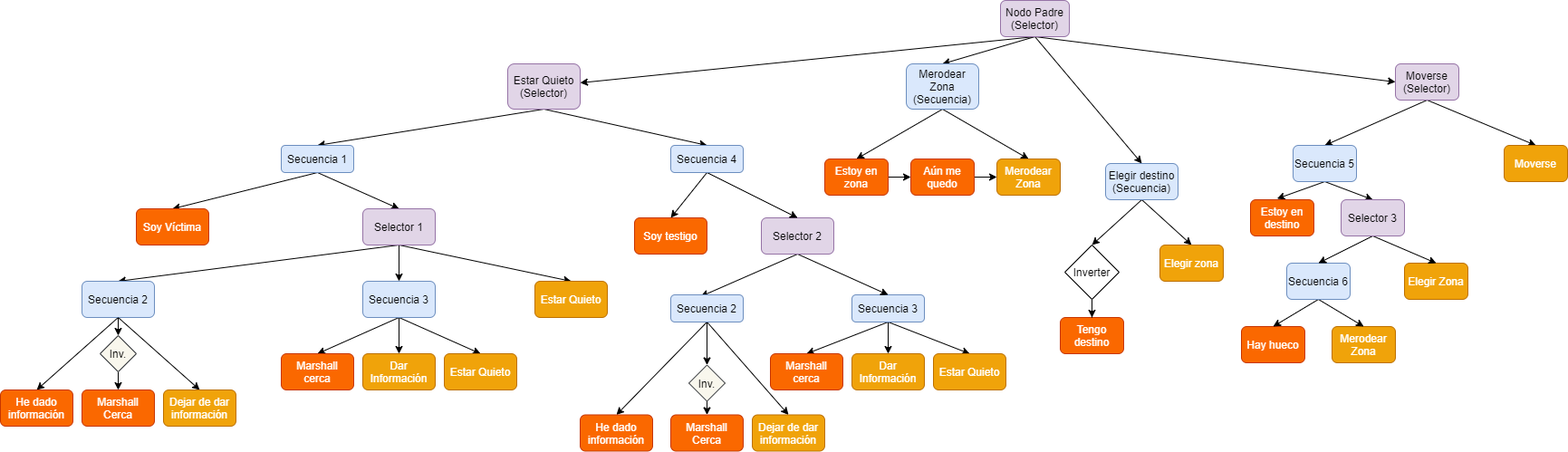
Before: Comportamiento de Personajes/Documentos/BehaviourTreeVillager.png, a diagram exported from draw.io (lightningopal/Juegos-para-Web-y-Redes-Sociales---Unity). Source tidied: cells renumbered, new cells last; positions are measured from the earlier drawing's top-left corner, leaving out a move shared by most shapes.
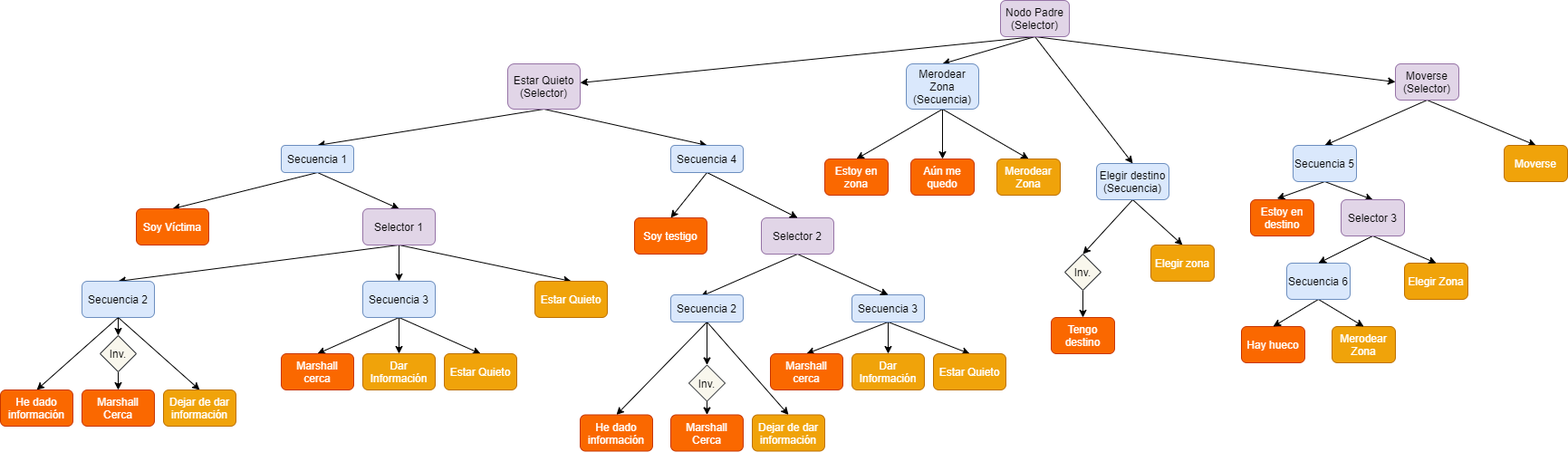
The same diagram one commit later.

Commit message:
[CDP] - Árboles de comportamientos de ladron y aldeanos actualizados

The edit, as a diff of the source:
```diff
@@ -32,6 +32,9 @@
     <mxCell id="11" style="edgeStyle=none;rounded=0;jettySize=auto;html=1;exitX=0.5;exitY=1;exitDx=0;exitDy=0;entryX=0.5;entryY=0;entryDx=0;entryDy=0;" parent="1" edge="1" source="12" target="18">
       <mxGeometry relative="1" as="geometry" />
     </mxCell>
+    <mxCell id="90" style="edgeStyle=orthogonalEdgeStyle;rounded=0;jettySize=auto;html=1;exitX=0.5;exitY=1;exitDx=0;exitDy=0;entryX=0.5;entryY=0;entryDx=0;entryDy=0;" parent="1" edge="1" source="12" target="87">
+      <mxGeometry relative="1" as="geometry" />
+    </mxCell>
     <mxCell id="12" value="Merodear Zona&lt;br&gt;(Secuencia)" style="rounded=1;whiteSpace=wrap;html=1;fillColor=#dae8fc;strokeColor=#6c8ebf;" parent="1" vertex="1">
       <mxGeometry x="1000" y="70" width="80" height="50" as="geometry" />
     </mxCell>
@@ -44,29 +47,26 @@
     <mxCell id="15" value="Estar Quieto&lt;br&gt;(Selector)" style="rounded=1;whiteSpace=wrap;html=1;fillColor=#e1d5e7;strokeColor=#9673a6;" parent="1" vertex="1">
       <mxGeometry x="560" y="70" width="80" height="50" as="geometry" />
     </mxCell>
-    <mxCell id="16" style="edgeStyle=none;rounded=0;jettySize=auto;html=1;exitX=1;exitY=0.5;exitDx=0;exitDy=0;entryX=0;entryY=0.5;entryDx=0;entryDy=0;" parent="1" edge="1" source="17" target="87">
-      <mxGeometry relative="1" as="geometry" />
-    </mxCell>
     <mxCell id="17" value="Estoy en zona" style="rounded=1;whiteSpace=wrap;html=1;fillColor=#fa6800;strokeColor=#C73500;fontColor=#ffffff;" parent="1" vertex="1">
       <mxGeometry x="910" y="175" width="70" height="40" as="geometry" />
     </mxCell>
     <mxCell id="18" value="Merodear Zona" style="rounded=1;whiteSpace=wrap;html=1;fillColor=#f0a30a;strokeColor=#BD7000;fontColor=#ffffff;" parent="1" vertex="1">
       <mxGeometry x="1100" y="175" width="70" height="40" as="geometry" />
     </mxCell>
-    <mxCell id="19" style="edgeStyle=none;rounded=0;jettySize=auto;html=1;exitX=0.5;exitY=1;exitDx=0;exitDy=0;entryX=0.5;entryY=0;entryDx=0;entryDy=0;" parent="1" edge="1" source="21" target="89">
+    <mxCell id="19" style="edgeStyle=none;rounded=0;jettySize=auto;html=1;exitX=0.5;exitY=1;exitDx=0;exitDy=0;entryX=0.5;entryY=0;entryDx=0;entryDy=0;" parent="1" edge="1" source="21" target="91">
       <mxGeometry relative="1" as="geometry" />
     </mxCell>
     <mxCell id="20" style="edgeStyle=none;rounded=0;jettySize=auto;html=1;exitX=0.5;exitY=1;exitDx=0;exitDy=0;entryX=0.5;entryY=0;entryDx=0;entryDy=0;" parent="1" edge="1" source="21" target="23">
       <mxGeometry relative="1" as="geometry" />
     </mxCell>
     <mxCell id="21" value="Elegir destino&lt;br&gt;(Secuencia)" style="rounded=1;whiteSpace=wrap;html=1;fillColor=#dae8fc;strokeColor=#6c8ebf;" parent="1" vertex="1">
-      <mxGeometry x="1220" y="180" width="80" height="40" as="geometry" />
+      <mxGeometry x="1210" y="180" width="80" height="40" as="geometry" />
     </mxCell>
     <mxCell id="22" value="Tengo destino" style="rounded=1;whiteSpace=wrap;html=1;fillColor=#fa6800;strokeColor=#C73500;fontColor=#ffffff;" parent="1" vertex="1">
-      <mxGeometry x="1170" y="350" width="70" height="40" as="geometry" />
+      <mxGeometry x="1160" y="350" width="70" height="40" as="geometry" />
     </mxCell>
     <mxCell id="23" value="Elegir zona" style="rounded=1;whiteSpace=wrap;html=1;fillColor=#f0a30a;strokeColor=#BD7000;fontColor=#ffffff;" parent="1" vertex="1">
-      <mxGeometry x="1280" y="270" width="70" height="40" as="geometry" />
+      <mxGeometry x="1270" y="270" width="70" height="40" as="geometry" />
     </mxCell>
     <mxCell id="24" style="edgeStyle=none;rounded=0;jettySize=auto;html=1;exitX=0.5;exitY=1;exitDx=0;exitDy=0;entryX=0.419;entryY=-0.029;entryDx=0;entryDy=0;entryPerimeter=0;" parent="1" edge="1" source="26" target="28">
       <mxGeometry relative="1" as="geometry" />
@@ -179,9 +179,6 @@
     <mxCell id="60" value="Selector 3" style="rounded=1;whiteSpace=wrap;html=1;fillColor=#e1d5e7;strokeColor=#9673a6;" parent="1" vertex="1">
       <mxGeometry x="1480" y="220" width="70" height="40" as="geometry" />
     </mxCell>
-    <mxCell id="61" style="edgeStyle=none;rounded=0;jettySize=auto;html=1;exitX=1;exitY=0.5;exitDx=0;exitDy=0;entryX=0;entryY=0.5;entryDx=0;entryDy=0;" parent="1" edge="1" source="87" target="18">
-      <mxGeometry relative="1" as="geometry" />
-    </mxCell>
     <mxCell id="62" style="edgeStyle=none;rounded=0;jettySize=auto;html=1;exitX=0.5;exitY=1;exitDx=0;exitDy=0;entryX=0.5;entryY=0;entryDx=0;entryDy=0;" parent="1" edge="1" source="65" target="66">
       <mxGeometry relative="1" as="geometry" />
     </mxCell>
@@ -260,11 +257,11 @@
     <mxCell id="87" value="Aún me quedo" style="rounded=1;whiteSpace=wrap;html=1;fillColor=#fa6800;strokeColor=#C73500;fontColor=#ffffff;" parent="1" vertex="1">
       <mxGeometry x="1005" y="175" width="70" height="40" as="geometry" />
     </mxCell>
-    <mxCell id="88" style="edgeStyle=orthogonalEdgeStyle;rounded=0;jettySize=auto;html=1;exitX=0.5;exitY=1;exitDx=0;exitDy=0;" parent="1" edge="1" source="89" target="22">
+    <mxCell id="88" style="edgeStyle=orthogonalEdgeStyle;rounded=0;jettySize=auto;html=1;exitX=0.5;exitY=1;exitDx=0;exitDy=0;" parent="1" edge="1" source="91" target="22">
       <mxGeometry relative="1" as="geometry" />
     </mxCell>
-    <mxCell id="89" value="Inverter" style="rhombus;whiteSpace=wrap;html=1;" parent="1" vertex="1">
-      <mxGeometry x="1175" y="270" width="60" height="60" as="geometry" />
-    </mxCell>
+    <mxCell id="91" value="Inv." style="rhombus;whiteSpace=wrap;html=1;fillColor=#f9f7ed;strokeColor=#36393d;" parent="1" vertex="1">
+      <mxGeometry x="1175" y="280" width="40" height="40" as="geometry" />
+    </mxCell>
   </root>
 </mxGraphModel>
```
